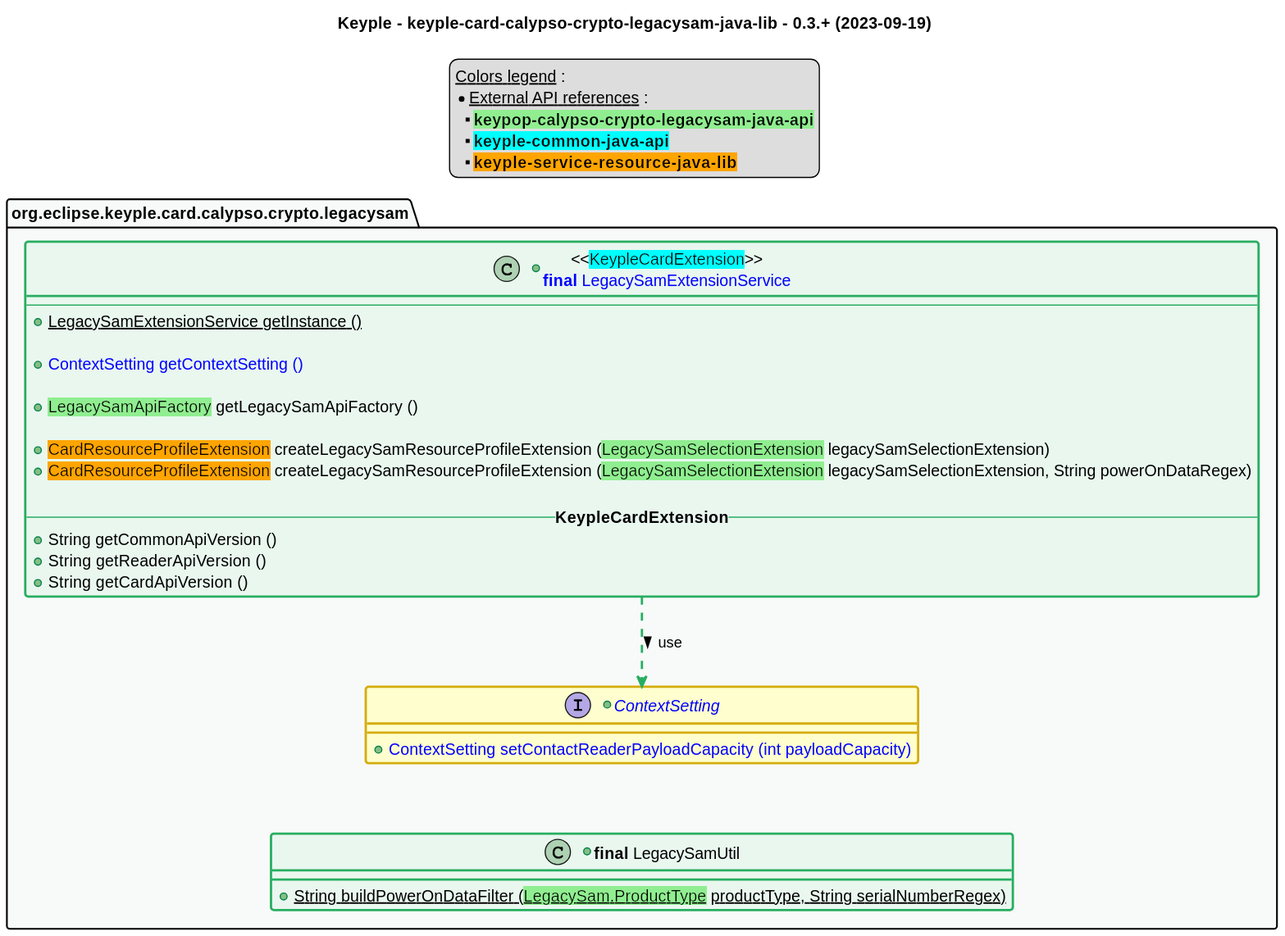
eclipse-keyple/keyple-card-calypso-crypto-legacysam-java-lib keeps this PlantUML diagram as src/main/uml/api_class_diagram.svg. Above is the earlier version.
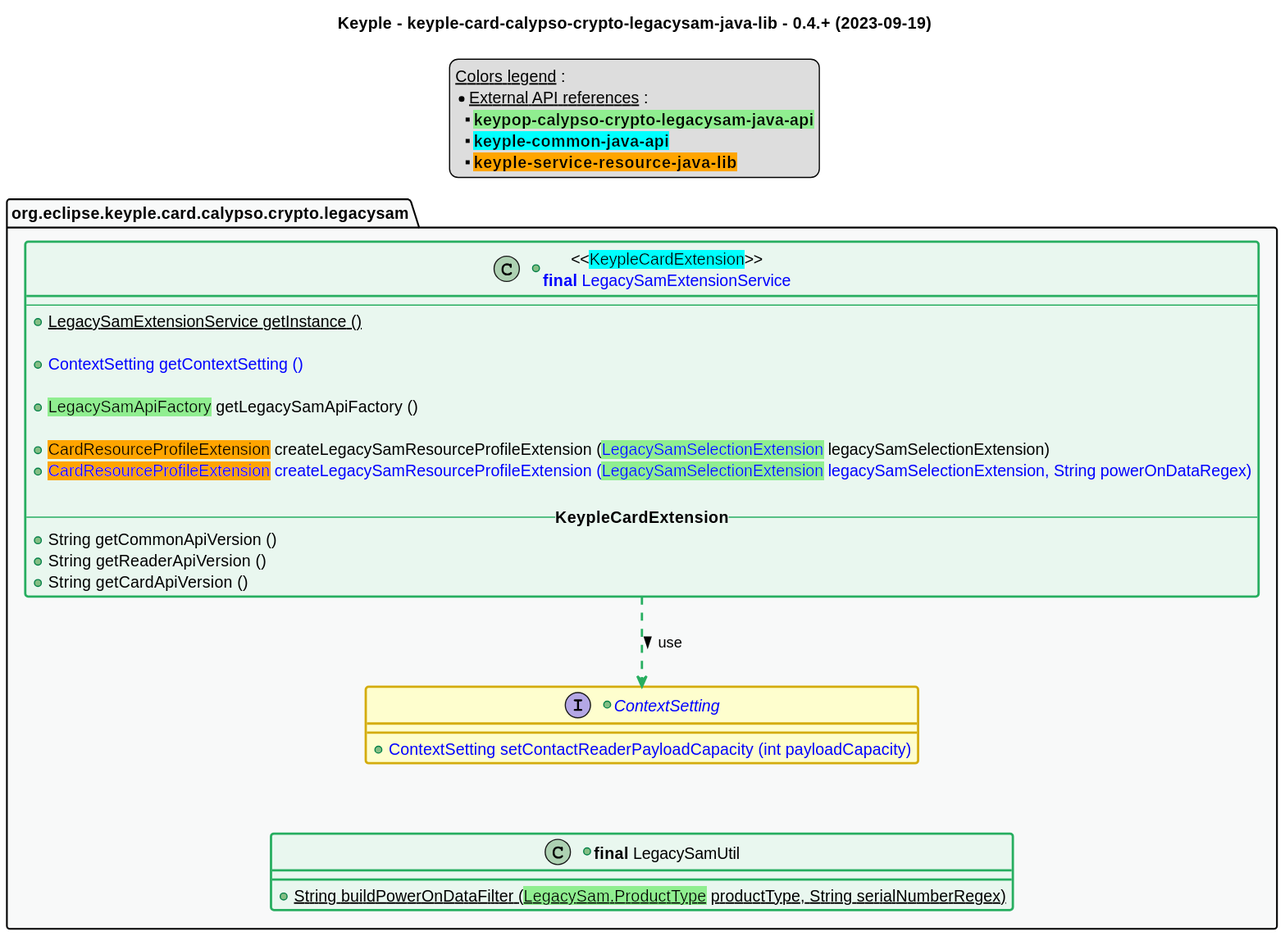
After the commit.

Change to the diagram source:
```diff
@@ -1,6 +1,6 @@
 @startuml
 title
-    Keyple - keyple-card-calypso-crypto-legacysam-java-lib - 0.3.+ (2023-09-19)
+    Keyple - keyple-card-calypso-crypto-legacysam-java-lib - 0.4.+ (2023-09-19)
 end title
 
 
@@ -57,8 +57,8 @@
 
         +<back:lightgreen>LegacySamApiFactory</back> getLegacySamApiFactory ()
 
-        +<back:orange>CardResourceProfileExtension</back> createLegacySamResourceProfileExtension (<back:lightgreen>LegacySamSelectionExtension</back> legacySamSelectionExtension)
-        +<back:orange>CardResourceProfileExtension</back> createLegacySamResourceProfileExtension (<back:lightgreen>LegacySamSelectionExtension</back> legacySamSelectionExtension, String powerOnDataRegex)
+        +<back:orange>CardResourceProfileExtension</back> createLegacySamResourceProfileExtension (<back:lightgreen><color:blue>LegacySamSelectionExtension</color></back> legacySamSelectionExtension)
+        +<color:blue><back:orange>CardResourceProfileExtension</back> createLegacySamResourceProfileExtension (<back:lightgreen>LegacySamSelectionExtension</back> legacySamSelectionExtension, String powerOnDataRegex)
 
         -- **KeypleCardExtension** --
         +String getCommonApiVersion ()
```
